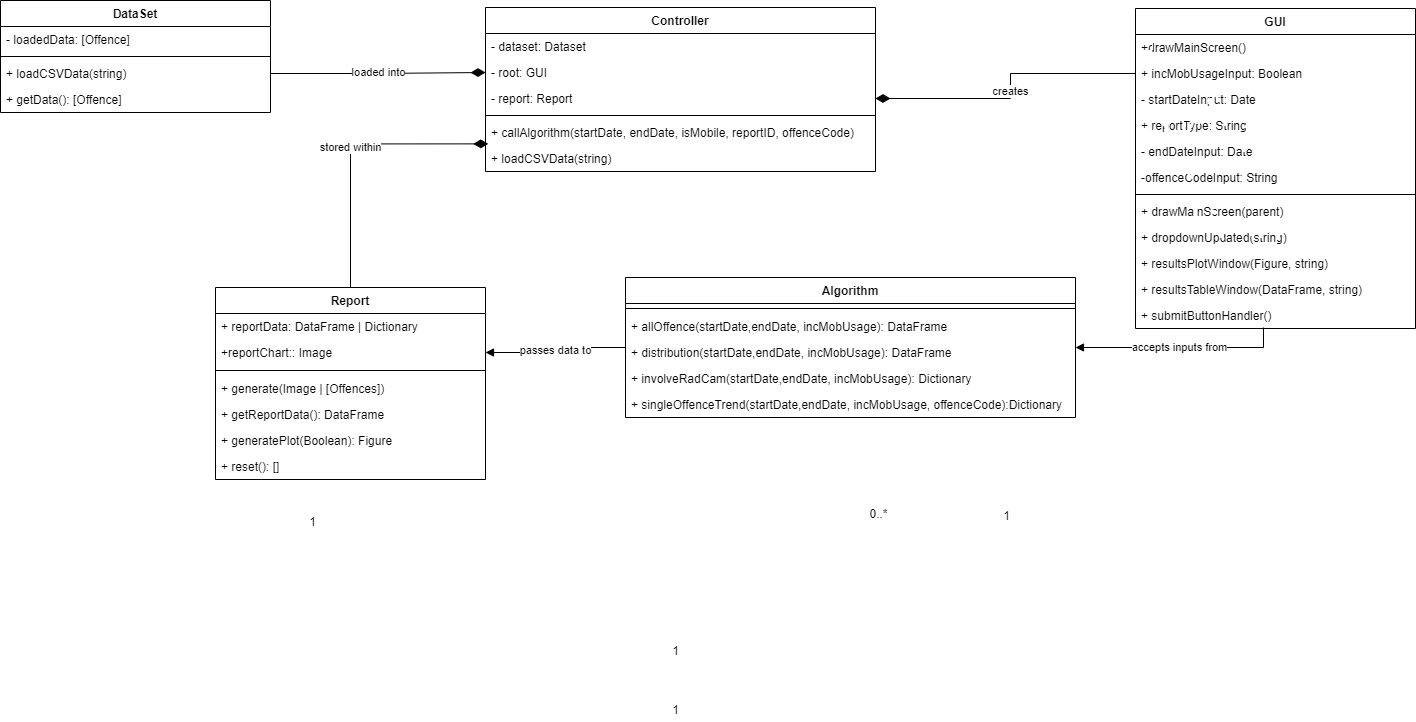
Before: diagrams/class diagram.png, a diagram exported from draw.io (TorinoKX/DatabaseAnalysis-Python). Source tidied: cells renumbered, new cells last; positions are measured from the earlier drawing's top-left corner, leaving out a move shared by most shapes.
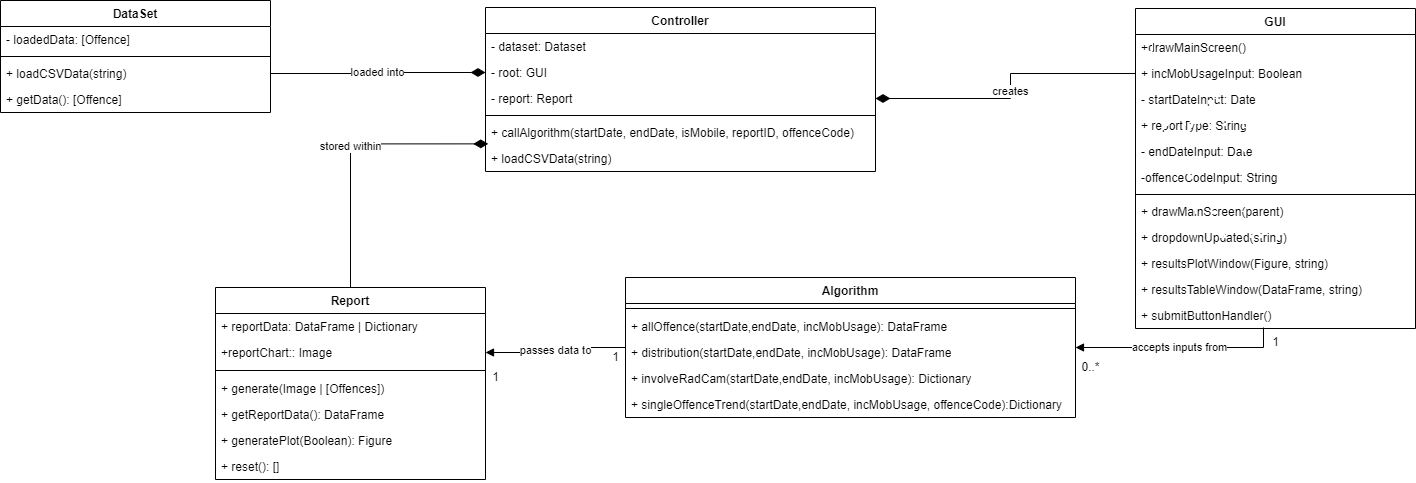
Above is the later version.

Commit message:
finalised class diagram finalised exec summary finalised instruction doc finalised software design doc finalised software testing report

Change to the diagram source:
```diff
@@ -111,19 +111,16 @@
       <mxGeometry relative="1" as="geometry" />
     </mxCell>
     <mxCell id="38" value="1" style="text;html=1;align=center;verticalAlign=middle;strokeColor=none;fillColor=none;" parent="1" vertex="1">
-      <mxGeometry x="302" y="512" width="20" height="20" as="geometry" />
+      <mxGeometry x="605" y="347" width="20" height="20" as="geometry" />
     </mxCell>
     <mxCell id="39" value="1" style="text;html=1;align=center;verticalAlign=middle;strokeColor=none;fillColor=none;" parent="1" vertex="1">
-      <mxGeometry x="665" y="641" width="20" height="20" as="geometry" />
+      <mxGeometry x="485" y="367" width="20" height="20" as="geometry" />
     </mxCell>
-    <mxCell id="40" value="1" style="text;html=1;align=center;verticalAlign=middle;strokeColor=none;fillColor=none;" parent="1" vertex="1">
-      <mxGeometry x="665" y="700" width="20" height="20" as="geometry" />
-    </mxCell>
     <mxCell id="41" value="1" style="text;html=1;align=center;verticalAlign=middle;strokeColor=none;fillColor=none;" parent="1" vertex="1">
-      <mxGeometry x="996" y="506" width="20" height="20" as="geometry" />
+      <mxGeometry x="1265" y="332" width="20" height="20" as="geometry" />
     </mxCell>
     <mxCell id="42" value="0..*" style="text;html=1;align=center;verticalAlign=middle;strokeColor=none;fillColor=none;" parent="1" vertex="1">
-      <mxGeometry x="863" y="504" width="30" height="20" as="geometry" />
+      <mxGeometry x="1075" y="357" width="30" height="20" as="geometry" />
     </mxCell>
     <mxCell id="43" value="Controller" style="swimlane;fontStyle=1;align=center;verticalAlign=top;horizontal=1;startSize=26;" parent="1" vertex="1">
       <mxGeometry x="485" y="7" width="390" height="164" as="geometry" />
```
